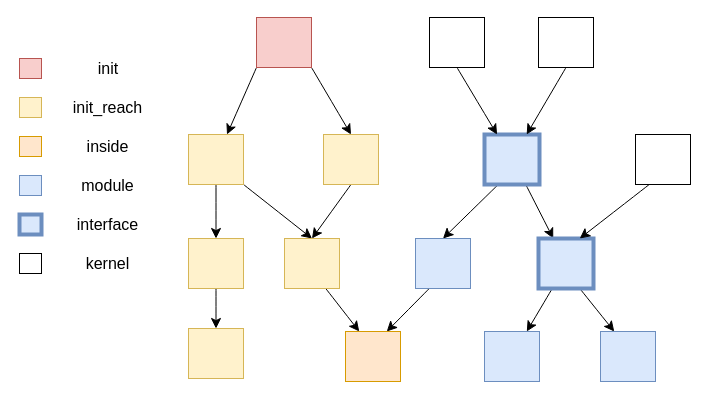
The draw.io diagram 函数调用图.drawio in plotusim/home-, before the edit. Source tidied: cells renumbered, new cells numbered last; positions are measured from the earlier drawing's top-left corner, leaving out a move shared by most shapes. Both pictures are drawn from the tidied source at 100%, with x=0, y=0 at pixel (19, 17).
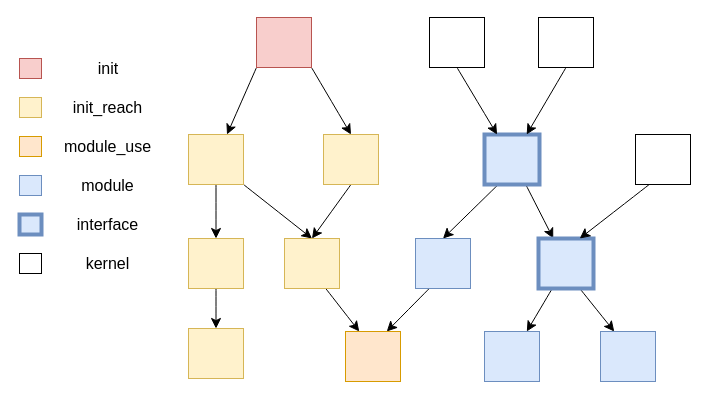
Above is the later version.

Commit message (it also covers changes not shown here):
更新函数调用图.drawio

What changed in the source:
```diff
@@
-    <mxCell id="40" value="inside" style="text;strokeColor=none;fillColor=none;html=1;align=center;verticalAlign=middle;whiteSpace=wrap;rounded=0;fontSize=16;" parent="1" vertex="1">
+    <mxCell id="40" value="module_use" style="text;strokeColor=none;fillColor=none;html=1;align=center;verticalAlign=middle;whiteSpace=wrap;rounded=0;fontSize=16;" parent="1" vertex="1">
       <mxGeometry x="49" y="114" width="79" height="30" as="geometry" />
     </mxCell>
```
